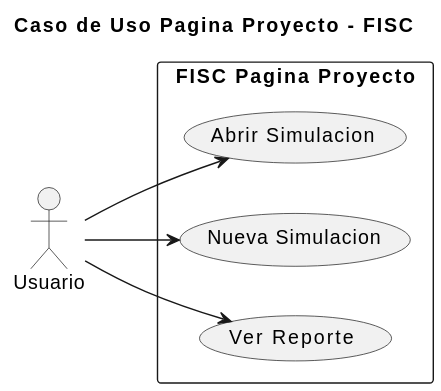
Earlier version of the PlantUML export imagenes/casosDeUso/casoUsoPaginaProyecto.svg (mmasias/23-24-IdSw1-SDR).
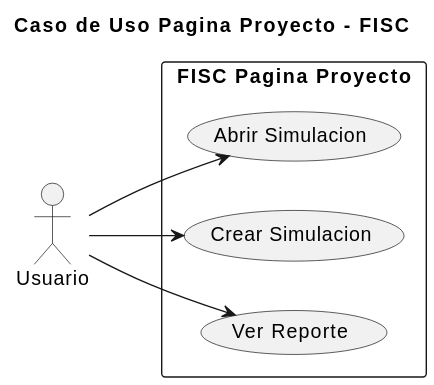
The same file after the commit.

Commit message:
Arreglo Caso de uso y reporte

The edit, as a diff of the source:
```diff
@@ -7,7 +7,7 @@
 
 rectangle "FISC Pagina Proyecto" {
     usecase "Abrir Simulacion" as abrirSimulacion
-    usecase "Nueva Simulacion" as nuevaSimulacion
+    usecase "Crear Simulacion" as nuevaSimulacion
     usecase "Ver Reporte" as verReporte
 }
 
```
